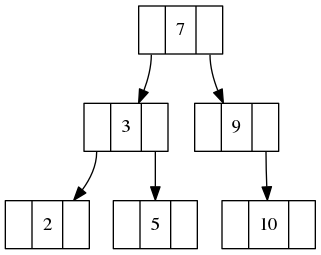
The Graphviz diagram Arbolito.png in MacoChave/Arbol-HBK-JAVA, before a commit. Its source is kept beside it as Arbolito.dot.
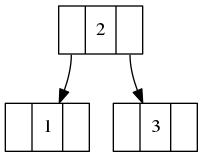
After the change.

The edit, as a diff of the source:
```diff
@@ -2,17 +2,11 @@
 rankdir = TB
 node [shape = record]
 
-node7 [label = "<izq> | 7 | <der>"]
-node7 : izq -> node3
-node7 : der -> node9
+node2 [label = "<izq> | 2 | <der>"]
+node2 : izq -> node1
+node2 : der -> node3
+node1 [label = "<izq> | 1 | <der>"]
 node3 [label = "<izq> | 3 | <der>"]
-node3 : izq -> node2
-node3 : der -> node5
-node2 [label = "<izq> | 2 | <der>"]
-node5 [label = "<izq> | 5 | <der>"]
-node9 [label = "<izq> | 9 | <der>"]
-node9 : der -> node10
-node10 [label = "<izq> | 10 | <der>"]
 
 
 }
```
